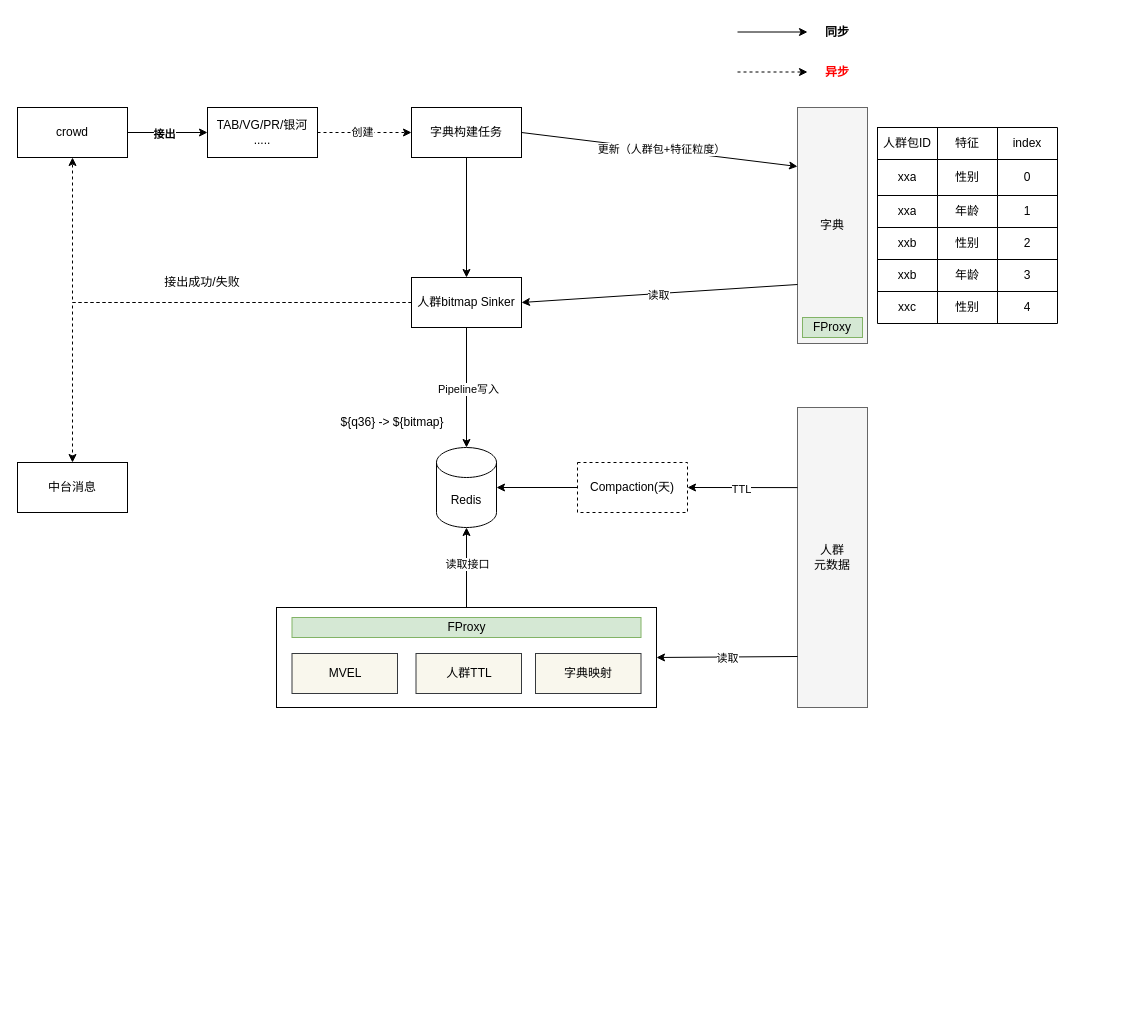
learn2Pro/draw_io_save keeps this draw.io diagram as crowd_redis_io.drawio. Above is the earlier version. Source tidied: cells renumbered, new cells numbered last; positions are measured from the earlier drawing's top-left corner, leaving out a move shared by most shapes. Both pictures are drawn from the tidied source at 100%, with x=0, y=0 at pixel (17, 17). Pictures stored in the file or linked from it are replaced by grey dashed boxes.
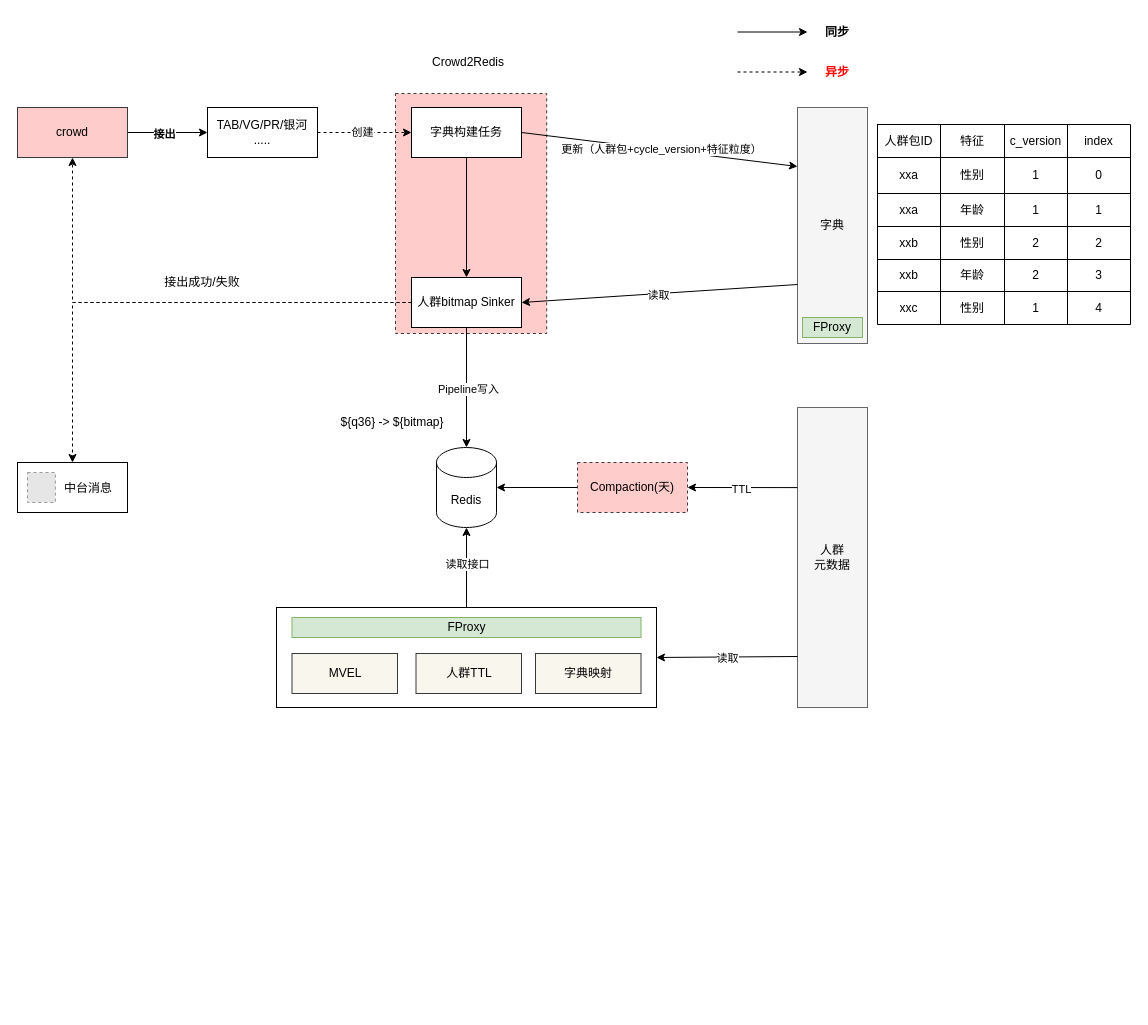
Above is the later version.

Unchanged cells that the change refers to:
```xml
<mxCell id="12" style="endArrow=classic;html=1;rounded=0;fontColor=#000000;entryX=0;entryY=0.25;entryDx=0;entryDy=0;exitX=1;exitY=0.5;exitDx=0;exitDy=0;" parent="1" edge="1" source="10" target="8">
  <mxGeometry relative="1" as="geometry" />
</mxCell>
```

The edit, as a diff of the source:
```diff
@@
+    <mxCell id="75" style="rounded=0;whiteSpace=wrap;html=1;dashed=1;fillColor=#ffcccc;strokeColor=#36393d;" parent="1" vertex="1">
+      <mxGeometry x="378" y="76" width="151.2" height="240" as="geometry" />
+    </mxCell>
@@
-    <mxCell id="4" value="crowd" style="rounded=0;whiteSpace=wrap;html=1;" parent="1" vertex="1">
+    <mxCell id="4" value="crowd" style="rounded=0;whiteSpace=wrap;html=1;fillColor=#ffcccc;strokeColor=#36393d;" parent="1" vertex="1">
       <mxGeometry y="90" width="110" height="50" as="geometry" />
     </mxCell>
@@
-    <mxCell id="13" value="更新（人群包+特征粒度）" style="edgeLabel;html=1;align=center;verticalAlign=middle;fontColor=#000000;" parent="12" vertex="1">
+    <mxCell id="13" value="更新（人群包+cycle_version+特征粒度）" style="edgeLabel;html=1;align=center;verticalAlign=middle;fontColor=#000000;" parent="12" vertex="1">
       <mxGeometry x="0.01" y="1" relative="1" as="geometry" />
     </mxCell>
@@
-    <mxCell id="20" value="中台消息" style="rounded=0;whiteSpace=wrap;html=1;" parent="1" vertex="1">
+    <mxCell id="20" style="rounded=0;whiteSpace=wrap;html=1;" parent="1" vertex="1">
       <mxGeometry y="445" width="110" height="50" as="geometry" />
     </mxCell>
@@
-    <mxCell id="36" value="Compaction(天)" style="rounded=0;whiteSpace=wrap;html=1;dashed=1;" parent="1" vertex="1">
+    <mxCell id="36" value="Compaction(天)" style="rounded=0;whiteSpace=wrap;html=1;dashed=1;fillColor=#ffcccc;strokeColor=#36393d;" parent="1" vertex="1">
       <mxGeometry x="560" y="445" width="110" height="50" as="geometry" />
     </mxCell>
@@
     <mxCell id="44" style="shape=table;html=1;whiteSpace=wrap;startSize=0;childLayout=tableLayout;fontColor=#000000;" parent="1" vertex="1">
-      <mxGeometry x="860" y="110" width="180" height="196" as="geometry" />
+      <mxGeometry x="860" y="107" width="253" height="200" as="geometry" />
     </mxCell>
     <mxCell id="45" style="shape=tableRow;horizontal=0;startSize=0;swimlaneHead=0;swimlaneBody=0;top=0;left=0;bottom=0;right=0;fillColor=none;fontColor=#000000;" parent="44" vertex="1">
-      <mxGeometry width="180" height="32" as="geometry" />
+      <mxGeometry width="253" height="33" as="geometry" />
     </mxCell>
     <mxCell id="46" value="人群包ID" style="shape=partialRectangle;html=1;whiteSpace=wrap;fillColor=none;top=0;left=0;bottom=0;right=0;overflow=hidden;fontColor=#000000;" parent="45" vertex="1">
-      <mxGeometry width="60" height="32" as="geometry" />
+      <mxGeometry width="63" height="33" as="geometry" />
     </mxCell>
     <mxCell id="47" value="特征" style="shape=partialRectangle;html=1;whiteSpace=wrap;fillColor=none;top=0;left=0;bottom=0;right=0;overflow=hidden;fontColor=#000000;" parent="45" vertex="1">
-      <mxGeometry x="60" width="60" height="32" as="geometry" />
+      <mxGeometry x="63" width="64" height="33" as="geometry" />
     </mxCell>
-    <mxCell id="48" value="index" style="shape=partialRectangle;html=1;whiteSpace=wrap;fillColor=none;top=0;left=0;bottom=0;right=0;overflow=hidden;fontColor=#000000;" parent="45" vertex="1">
-      <mxGeometry x="120" width="60" height="32" as="geometry" />
+    <mxCell id="48" value="c_version" style="shape=partialRectangle;html=1;whiteSpace=wrap;fillColor=none;top=0;left=0;bottom=0;right=0;overflow=hidden;fontColor=#000000;" parent="45" vertex="1">
+      <mxGeometry x="127" width="63" height="33" as="geometry" />
     </mxCell>
+    <mxCell id="76" value="index" style="shape=partialRectangle;html=1;whiteSpace=wrap;fillColor=none;top=0;left=0;bottom=0;right=0;overflow=hidden;fontColor=#000000;" parent="45" vertex="1">
+      <mxGeometry x="190" width="63" height="33" as="geometry" />
+    </mxCell>
     <mxCell id="49" style="shape=tableRow;horizontal=0;startSize=0;swimlaneHead=0;swimlaneBody=0;top=0;left=0;bottom=0;right=0;fillColor=none;fontColor=#000000;" parent="44" vertex="1">
-      <mxGeometry y="32" width="180" height="36" as="geometry" />
+      <mxGeometry y="33" width="253" height="36" as="geometry" />
     </mxCell>
     <mxCell id="50" value="xxa" style="shape=partialRectangle;html=1;whiteSpace=wrap;fillColor=none;top=0;left=0;bottom=0;right=0;overflow=hidden;fontColor=#000000;" parent="49" vertex="1">
-      <mxGeometry width="60" height="36" as="geometry" />
+      <mxGeometry width="63" height="36" as="geometry" />
     </mxCell>
     <mxCell id="51" value="性别" style="shape=partialRectangle;html=1;whiteSpace=wrap;fillColor=none;top=0;left=0;bottom=0;right=0;overflow=hidden;fontColor=#000000;" parent="49" vertex="1">
-      <mxGeometry x="60" width="60" height="36" as="geometry" />
+      <mxGeometry x="63" width="64" height="36" as="geometry" />
     </mxCell>
-    <mxCell id="52" value="0" style="shape=partialRectangle;html=1;whiteSpace=wrap;fillColor=none;top=0;left=0;bottom=0;right=0;overflow=hidden;fontColor=#000000;" parent="49" vertex="1">
-      <mxGeometry x="120" width="60" height="36" as="geometry" />
+    <mxCell id="52" value="1" style="shape=partialRectangle;html=1;whiteSpace=wrap;fillColor=none;top=0;left=0;bottom=0;right=0;overflow=hidden;fontColor=#000000;" parent="49" vertex="1">
+      <mxGeometry x="127" width="63" height="36" as="geometry" />
     </mxCell>
+    <mxCell id="77" value="0" style="shape=partialRectangle;html=1;whiteSpace=wrap;fillColor=none;top=0;left=0;bottom=0;right=0;overflow=hidden;fontColor=#000000;" parent="49" vertex="1">
+      <mxGeometry x="190" width="63" height="36" as="geometry" />
+    </mxCell>
     <mxCell id="53" style="shape=tableRow;horizontal=0;startSize=0;swimlaneHead=0;swimlaneBody=0;top=0;left=0;bottom=0;right=0;fillColor=none;fontColor=#000000;" parent="44" vertex="1">
-      <mxGeometry y="68" width="180" height="32" as="geometry" />
+      <mxGeometry y="69" width="253" height="33" as="geometry" />
     </mxCell>
     <mxCell id="54" value="xxa" style="shape=partialRectangle;html=1;whiteSpace=wrap;fillColor=none;top=0;left=0;bottom=0;right=0;overflow=hidden;fontColor=#000000;" parent="53" vertex="1">
-      <mxGeometry width="60" height="32" as="geometry" />
+      <mxGeometry width="63" height="33" as="geometry" />
     </mxCell>
     <mxCell id="55" value="年龄" style="shape=partialRectangle;html=1;whiteSpace=wrap;fillColor=none;top=0;left=0;bottom=0;right=0;overflow=hidden;fontColor=#000000;" parent="53" vertex="1">
-      <mxGeometry x="60" width="60" height="32" as="geometry" />
+      <mxGeometry x="63" width="64" height="33" as="geometry" />
     </mxCell>
     <mxCell id="56" value="1" style="shape=partialRectangle;html=1;whiteSpace=wrap;fillColor=none;top=0;left=0;bottom=0;right=0;overflow=hidden;fontColor=#000000;" parent="53" vertex="1">
-      <mxGeometry x="120" width="60" height="32" as="geometry" />
+      <mxGeometry x="127" width="63" height="33" as="geometry" />
     </mxCell>
+    <mxCell id="78" value="1" style="shape=partialRectangle;html=1;whiteSpace=wrap;fillColor=none;top=0;left=0;bottom=0;right=0;overflow=hidden;fontColor=#000000;" parent="53" vertex="1">
+      <mxGeometry x="190" width="63" height="33" as="geometry" />
+    </mxCell>
     <mxCell id="57" style="shape=tableRow;horizontal=0;startSize=0;swimlaneHead=0;swimlaneBody=0;top=0;left=0;bottom=0;right=0;fillColor=none;fontColor=#000000;" parent="44" vertex="1">
-      <mxGeometry y="100" width="180" height="32" as="geometry" />
+      <mxGeometry y="102" width="253" height="33" as="geometry" />
     </mxCell>
     <mxCell id="58" value="xxb" style="shape=partialRectangle;html=1;whiteSpace=wrap;fillColor=none;top=0;left=0;bottom=0;right=0;overflow=hidden;fontColor=#000000;" parent="57" vertex="1">
-      <mxGeometry width="60" height="32" as="geometry" />
+      <mxGeometry width="63" height="33" as="geometry" />
     </mxCell>
     <mxCell id="59" value="性别" style="shape=partialRectangle;html=1;whiteSpace=wrap;fillColor=none;top=0;left=0;bottom=0;right=0;overflow=hidden;fontColor=#000000;" parent="57" vertex="1">
-      <mxGeometry x="60" width="60" height="32" as="geometry" />
+      <mxGeometry x="63" width="64" height="33" as="geometry" />
     </mxCell>
     <mxCell id="60" value="2" style="shape=partialRectangle;html=1;whiteSpace=wrap;fillColor=none;top=0;left=0;bottom=0;right=0;overflow=hidden;fontColor=#000000;" parent="57" vertex="1">
-      <mxGeometry x="120" width="60" height="32" as="geometry" />
+      <mxGeometry x="127" width="63" height="33" as="geometry" />
     </mxCell>
+    <mxCell id="79" value="2" style="shape=partialRectangle;html=1;whiteSpace=wrap;fillColor=none;top=0;left=0;bottom=0;right=0;overflow=hidden;fontColor=#000000;" parent="57" vertex="1">
+      <mxGeometry x="190" width="63" height="33" as="geometry" />
+    </mxCell>
     <mxCell id="61" style="shape=tableRow;horizontal=0;startSize=0;swimlaneHead=0;swimlaneBody=0;top=0;left=0;bottom=0;right=0;fillColor=none;fontColor=#000000;" parent="44" vertex="1">
-      <mxGeometry y="132" width="180" height="32" as="geometry" />
+      <mxGeometry y="135" width="253" height="32" as="geometry" />
     </mxCell>
     <mxCell id="62" value="xxb" style="shape=partialRectangle;html=1;whiteSpace=wrap;fillColor=none;top=0;left=0;bottom=0;right=0;overflow=hidden;fontColor=#000000;" parent="61" vertex="1">
-      <mxGeometry width="60" height="32" as="geometry" />
+      <mxGeometry width="63" height="32" as="geometry" />
     </mxCell>
     <mxCell id="63" value="年龄" style="shape=partialRectangle;html=1;whiteSpace=wrap;fillColor=none;top=0;left=0;bottom=0;right=0;overflow=hidden;fontColor=#000000;" parent="61" vertex="1">
-      <mxGeometry x="60" width="60" height="32" as="geometry" />
+      <mxGeometry x="63" width="64" height="32" as="geometry" />
     </mxCell>
-    <mxCell id="64" value="3" style="shape=partialRectangle;html=1;whiteSpace=wrap;fillColor=none;top=0;left=0;bottom=0;right=0;overflow=hidden;fontColor=#000000;" parent="61" vertex="1">
-      <mxGeometry x="120" width="60" height="32" as="geometry" />
+    <mxCell id="64" value="2" style="shape=partialRectangle;html=1;whiteSpace=wrap;fillColor=none;top=0;left=0;bottom=0;right=0;overflow=hidden;fontColor=#000000;" parent="61" vertex="1">
+      <mxGeometry x="127" width="63" height="32" as="geometry" />
     </mxCell>
+    <mxCell id="80" value="3" style="shape=partialRectangle;html=1;whiteSpace=wrap;fillColor=none;top=0;left=0;bottom=0;right=0;overflow=hidden;fontColor=#000000;" parent="61" vertex="1">
+      <mxGeometry x="190" width="63" height="32" as="geometry" />
+    </mxCell>
     <mxCell id="65" style="shape=tableRow;horizontal=0;startSize=0;swimlaneHead=0;swimlaneBody=0;top=0;left=0;bottom=0;right=0;fillColor=none;fontColor=#000000;" parent="44" vertex="1">
-      <mxGeometry y="164" width="180" height="32" as="geometry" />
+      <mxGeometry y="167" width="253" height="33" as="geometry" />
     </mxCell>
     <mxCell id="66" value="xxc" style="shape=partialRectangle;html=1;whiteSpace=wrap;fillColor=none;top=0;left=0;bottom=0;right=0;overflow=hidden;fontColor=#000000;" parent="65" vertex="1">
-      <mxGeometry width="60" height="32" as="geometry" />
+      <mxGeometry width="63" height="33" as="geometry" />
     </mxCell>
     <mxCell id="67" value="性别" style="shape=partialRectangle;html=1;whiteSpace=wrap;fillColor=none;top=0;left=0;bottom=0;right=0;overflow=hidden;fontColor=#000000;" parent="65" vertex="1">
-      <mxGeometry x="60" width="60" height="32" as="geometry" />
+      <mxGeometry x="63" width="64" height="33" as="geometry" />
     </mxCell>
-    <mxCell id="68" value="4" style="shape=partialRectangle;html=1;whiteSpace=wrap;fillColor=none;top=0;left=0;bottom=0;right=0;overflow=hidden;fontColor=#000000;" parent="65" vertex="1">
-      <mxGeometry x="120" width="60" height="32" as="geometry" />
+    <mxCell id="68" value="1" style="shape=partialRectangle;html=1;whiteSpace=wrap;fillColor=none;top=0;left=0;bottom=0;right=0;overflow=hidden;fontColor=#000000;" parent="65" vertex="1">
+      <mxGeometry x="127" width="63" height="33" as="geometry" />
     </mxCell>
+    <mxCell id="81" value="4" style="shape=partialRectangle;html=1;whiteSpace=wrap;fillColor=none;top=0;left=0;bottom=0;right=0;overflow=hidden;fontColor=#000000;" parent="65" vertex="1">
+      <mxGeometry x="190" width="63" height="33" as="geometry" />
+    </mxCell>
@@
+    <mxCell id="82" value="Crowd2Redis" style="text;html=1;strokeColor=none;fillColor=none;align=center;verticalAlign=middle;whiteSpace=wrap;rounded=0;dashed=1;fontColor=#000000;" parent="1" vertex="1">
+      <mxGeometry x="398" y="30" width="106" height="30" as="geometry" />
+    </mxCell>
+    <mxCell id="83" style="fillColor=#E6E6E6;strokeColor=#999999;dashed=1;verticalLabelPosition=bottom;labelBackgroundColor=default;verticalAlign=top;" parent="1" vertex="1">
+      <mxGeometry x="10" y="455" width="27.9" height="30" as="geometry" />
+    </mxCell>
+    <mxCell id="84" value="中台消息" style="text;html=1;strokeColor=none;fillColor=none;align=center;verticalAlign=middle;whiteSpace=wrap;rounded=0;dashed=1;fontColor=#000000;" parent="1" vertex="1">
+      <mxGeometry x="41" y="456" width="60" height="30" as="geometry" />
+    </mxCell>
```
